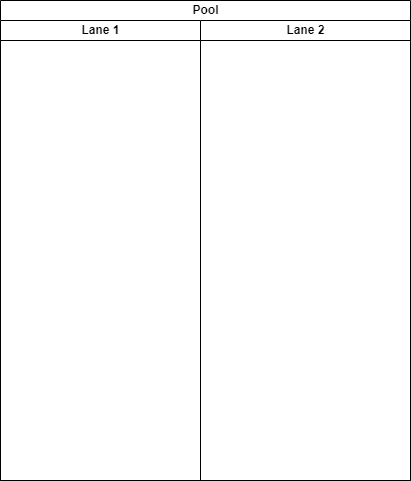
Before: psp4/アクティビティ図_在庫管理.drawio.png, a diagram exported from draw.io (MasakiHiguchi/---). Source tidied: cells renumbered, new cells last; positions are measured from the earlier drawing's top-left corner, leaving out a move shared by most shapes.
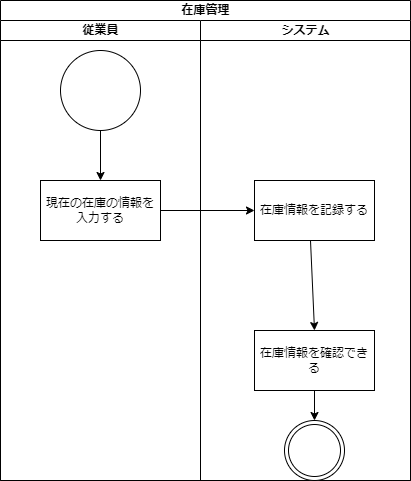
The same diagram one commit later.

Commit message:
在庫管理更新

The edit, as a diff of the source:
```diff
@@ -2,14 +2,47 @@
   <root>
     <mxCell id="0" />
     <mxCell id="1" parent="0" />
-    <mxCell id="2" value="Pool" style="swimlane;startSize=20;html=1;" parent="1" vertex="1">
+    <mxCell id="2" value="在庫管理" style="swimlane;startSize=20;html=1;" parent="1" vertex="1">
       <mxGeometry width="410" height="480" as="geometry" />
     </mxCell>
-    <mxCell id="3" value="Lane 1" style="swimlane;startSize=20;html=1;" parent="2" vertex="1">
+    <mxCell id="3" value="従業員" style="swimlane;startSize=20;html=1;" parent="2" vertex="1">
       <mxGeometry y="20" width="200" height="460" as="geometry" />
     </mxCell>
+    <mxCell id="5" style="ellipse;whiteSpace=wrap;html=1;" parent="3" vertex="1">
+      <mxGeometry x="60" y="30" width="80" height="80" as="geometry" />
+    </mxCell>
+    <mxCell id="6" value="現在の在庫の情報を入力する" style="rounded=0;whiteSpace=wrap;html=1;" parent="3" vertex="1">
+      <mxGeometry x="40" y="160" width="120" height="60" as="geometry" />
+    </mxCell>
+    <mxCell id="7" style="endArrow=classic;html=1;entryX=0.5;entryY=0;entryDx=0;entryDy=0;" parent="3" edge="1" target="6">
+      <mxGeometry relative="1" as="geometry">
+        <mxPoint x="100" y="110" as="sourcePoint" />
+      </mxGeometry>
+    </mxCell>
+    <mxCell id="8" style="endArrow=classic;html=1;entryX=0;entryY=0.5;entryDx=0;entryDy=0;" parent="3" edge="1" target="9">
+      <mxGeometry relative="1" as="geometry">
+        <mxPoint x="160" y="190" as="sourcePoint" />
+      </mxGeometry>
+    </mxCell>
-    <mxCell id="4" value="Lane 2" style="swimlane;startSize=20;html=1;" parent="2" vertex="1">
+    <mxCell id="4" value="システム" style="swimlane;startSize=20;html=1;" parent="2" vertex="1">
       <mxGeometry x="200" y="20" width="210" height="460" as="geometry" />
     </mxCell>
+    <mxCell id="9" value="在庫情報を記録する" style="rounded=0;whiteSpace=wrap;html=1;" parent="4" vertex="1">
+      <mxGeometry x="54" y="160" width="120" height="60" as="geometry" />
+    </mxCell>
+    <mxCell id="10" style="edgeStyle=none;html=1;exitX=0.5;exitY=1;exitDx=0;exitDy=0;entryX=0.5;entryY=0;entryDx=0;entryDy=0;" parent="4" edge="1" source="11" target="13">
+      <mxGeometry relative="1" as="geometry" />
+    </mxCell>
+    <mxCell id="11" value="在庫情報を確認できる" style="rounded=0;whiteSpace=wrap;html=1;" parent="4" vertex="1">
+      <mxGeometry x="54" y="310" width="120" height="60" as="geometry" />
+    </mxCell>
+    <mxCell id="12" style="endArrow=classic;html=1;entryX=0.5;entryY=0;entryDx=0;entryDy=0;" parent="4" edge="1" target="11">
+      <mxGeometry relative="1" as="geometry">
+        <mxPoint x="110" y="220" as="sourcePoint" />
+      </mxGeometry>
+    </mxCell>
+    <mxCell id="13" style="ellipse;shape=doubleEllipse;whiteSpace=wrap;html=1;" parent="4" vertex="1">
+      <mxGeometry x="84" y="400" width="60" height="60" as="geometry" />
+    </mxCell>
   </root>
 </mxGraphModel>
```
